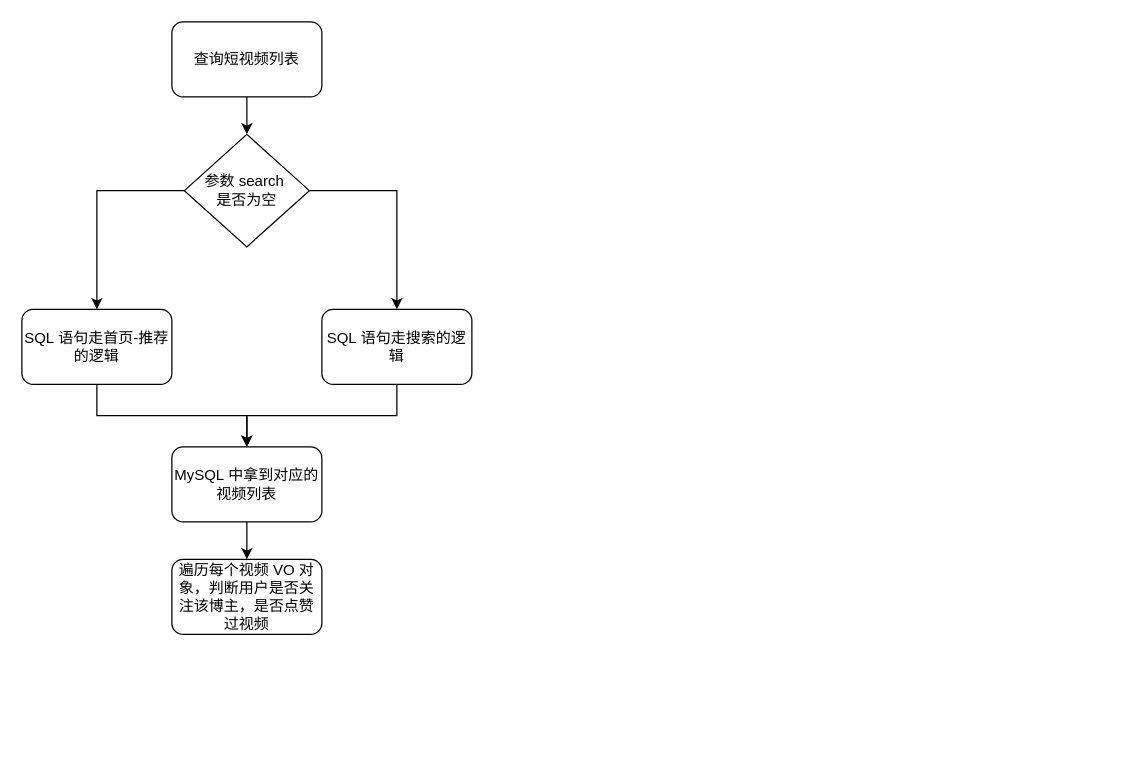
Above: 视频模块.drawio in lee11xx/picgo-img (draw.io), before the change. Source tidied: cells renumbered, new cells numbered last; positions are measured from the earlier drawing's top-left corner, leaving out a move shared by most shapes. Both pictures are drawn from the tidied source at 125%, with x=0, y=0 at pixel (21, 21).
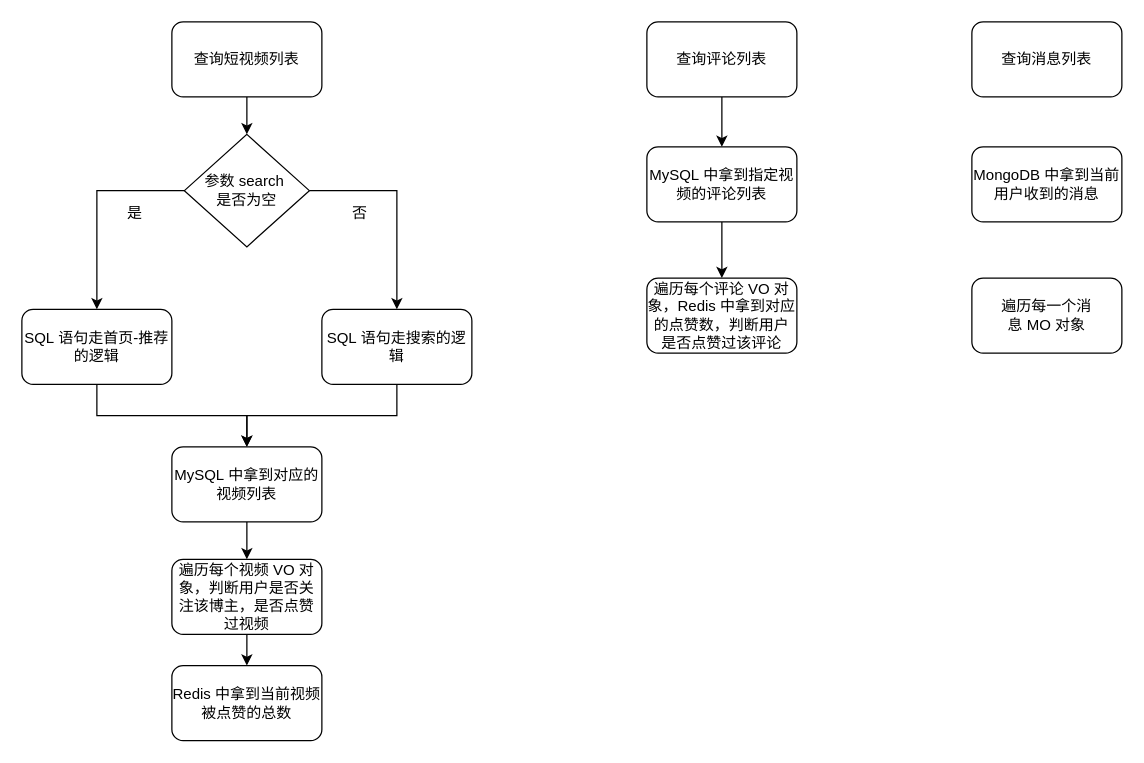
The same diagram, later.

Commit message (it also covers changes not shown here):
更新视频模块.drawio

The change refers to these unchanged cells:
```xml
<mxCell id="13" value="遍历每个视频&amp;nbsp;VO&amp;nbsp;对象，判断用户是否关注该博主，是否点赞过视频" style="whiteSpace=wrap;html=1;rounded=1;" parent="1" vertex="1">
  <mxGeometry x="120" y="430" width="120" height="60" as="geometry" />
</mxCell>
```

Change to the diagram source:
```diff
@@
+    <mxCell id="14" style="edgeStyle=orthogonalEdgeStyle;rounded=0;jettySize=auto;html=1;" parent="1" edge="1" source="13" target="15">
+      <mxGeometry relative="1" as="geometry" />
+    </mxCell>
@@
+    <mxCell id="15" value="Redis&amp;nbsp;中拿到当前视频被点赞的总数" style="whiteSpace=wrap;html=1;rounded=1;" parent="1" vertex="1">
+      <mxGeometry x="120" y="515" width="120" height="60" as="geometry" />
+    </mxCell>
+    <mxCell id="16" value="是" style="text;html=1;align=center;verticalAlign=middle;strokeColor=none;fillColor=none;" parent="1" vertex="1">
+      <mxGeometry x="70" y="138" width="40" height="30" as="geometry" />
+    </mxCell>
+    <mxCell id="17" value="否" style="text;html=1;align=center;verticalAlign=middle;strokeColor=none;fillColor=none;" parent="1" vertex="1">
+      <mxGeometry x="250" y="138" width="40" height="30" as="geometry" />
+    </mxCell>
+    <mxCell id="18" style="edgeStyle=orthogonalEdgeStyle;rounded=0;jettySize=auto;html=1;" parent="1" edge="1" source="19" target="21">
+      <mxGeometry relative="1" as="geometry" />
+    </mxCell>
+    <mxCell id="19" value="查询评论列表" style="rounded=1;whiteSpace=wrap;html=1;" parent="1" vertex="1">
+      <mxGeometry x="500" width="120" height="60" as="geometry" />
+    </mxCell>
+    <mxCell id="20" style="edgeStyle=orthogonalEdgeStyle;rounded=0;jettySize=auto;html=1;" parent="1" edge="1" source="21" target="22">
+      <mxGeometry relative="1" as="geometry" />
+    </mxCell>
+    <mxCell id="21" value="MySQL&amp;nbsp;中拿到指定视频的评论列表" style="rounded=1;whiteSpace=wrap;html=1;" parent="1" vertex="1">
+      <mxGeometry x="500" y="100" width="120" height="60" as="geometry" />
+    </mxCell>
+    <mxCell id="22" value="遍历每个评论 VO&amp;nbsp;对象，Redis&amp;nbsp;中拿到对应的点赞数，判断用户是否点赞过该评论" style="whiteSpace=wrap;html=1;rounded=1;" parent="1" vertex="1">
+      <mxGeometry x="500" y="205" width="120" height="60" as="geometry" />
+    </mxCell>
+    <mxCell id="23" value="查询消息列表" style="rounded=1;whiteSpace=wrap;html=1;" parent="1" vertex="1">
+      <mxGeometry x="760" width="120" height="60" as="geometry" />
+    </mxCell>
+    <mxCell id="24" value="MongoDB&amp;nbsp;中拿到当前用户收到的消息" style="rounded=1;whiteSpace=wrap;html=1;" parent="1" vertex="1">
+      <mxGeometry x="760" y="100" width="120" height="60" as="geometry" />
+    </mxCell>
+    <mxCell id="25" value="遍历每一个消息&amp;nbsp;MO&amp;nbsp;对象" style="rounded=1;whiteSpace=wrap;html=1;" parent="1" vertex="1">
+      <mxGeometry x="760" y="205" width="120" height="60" as="geometry" />
+    </mxCell>
```
